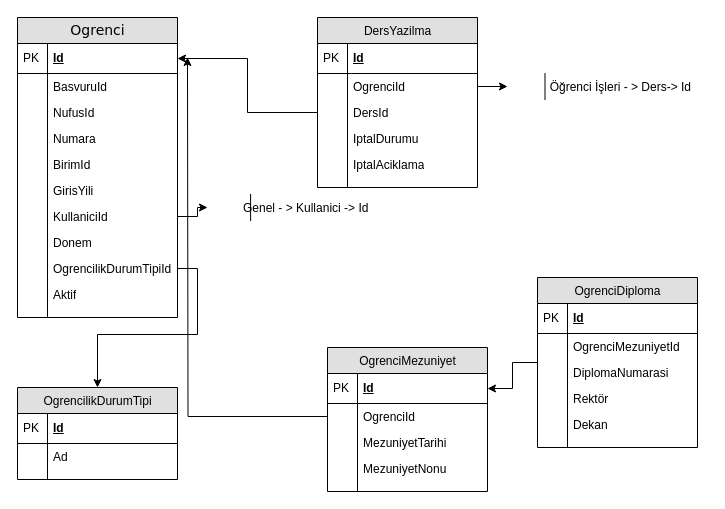
The draw.io diagram page "Öğrenci" (4 of 9) of Kur 2/Veritabanı Diagrams.drawio in etuncay/kugim-gen-yazilimcilar-egitim-programi, before the edit. Source tidied: cells renumbered, new cells numbered last; positions are measured from the earlier drawing's top-left corner, leaving out a move shared by most shapes. Both pictures are drawn from the tidied source at 100%, with x=0, y=0 at pixel (-173, 17).
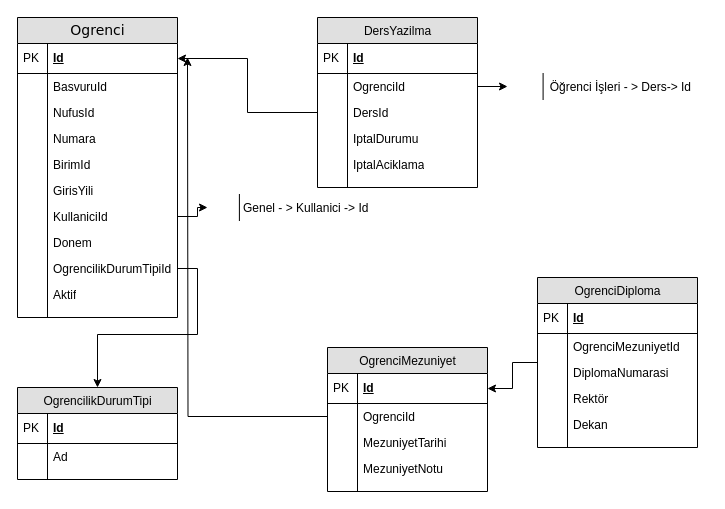
The same diagram, later.

Unchanged cells that the change refers to:
```xml
<mxCell id="52" value="&lt;span style=&quot;font-family: &amp;#34;helvetica&amp;#34; ; font-size: 12px ; text-align: left&quot;&gt;OgrenciMezuniyet&lt;/span&gt;" style="swimlane;html=1;fontStyle=0;horizontal=1;startSize=26;fillColor=#e0e0e0;swimlaneFillColor=#ffffff;align=center;rounded=0;shadow=0;comic=0;labelBackgroundColor=none;strokeWidth=1;fontFamily=Verdana;fontSize=14;" parent="1" vertex="1">
  <mxGeometry x="500" y="330" width="160" height="144" as="geometry" />
</mxCell>
```

What changed in the source:
```diff
@@
     <mxCell id="49" value="&amp;nbsp; Öğrenci İşleri - &amp;gt; Ders-&amp;gt; Id" style="shape=partialRectangle;top=0;left=0;right=0;bottom=0;html=1;align=left;verticalAlign=top;fillColor=none;spacingLeft=34;spacingRight=4;whiteSpace=wrap;overflow=hidden;points=[[0,0.5],[1,0.5]];portConstraint=eastwest;" parent="1" vertex="1">
-      <mxGeometry x="680" y="56" width="200" height="26" as="geometry" />
+      <mxGeometry x="680" y="56" width="190" height="26" as="geometry" />
     </mxCell>
     <mxCell id="50" style="shape=partialRectangle;top=0;left=0;bottom=0;html=1;fillColor=none;align=left;verticalAlign=top;spacingLeft=4;spacingRight=4;whiteSpace=wrap;overflow=hidden;" parent="49" vertex="1">
-      <mxGeometry width="37.5" height="26" as="geometry" />
+      <mxGeometry width="35.6" height="26" as="geometry" />
     </mxCell>
@@
-    <mxCell id="59" value="MezuniyetNonu" style="shape=partialRectangle;top=0;left=0;right=0;bottom=0;html=1;align=left;verticalAlign=top;fillColor=none;spacingLeft=34;spacingRight=4;whiteSpace=wrap;overflow=hidden;" parent="52" vertex="1">
+    <mxCell id="59" value="MezuniyetNotu" style="shape=partialRectangle;top=0;left=0;right=0;bottom=0;html=1;align=left;verticalAlign=top;fillColor=none;spacingLeft=34;spacingRight=4;whiteSpace=wrap;overflow=hidden;" parent="52" vertex="1">
       <mxGeometry y="108" width="160" height="26" as="geometry" />
     </mxCell>
@@
     <mxCell id="78" value="Genel - &amp;gt; Kullanici -&amp;gt; Id" style="shape=partialRectangle;top=0;left=0;right=0;bottom=0;html=1;align=left;verticalAlign=top;fillColor=none;spacingLeft=34;spacingRight=4;whiteSpace=wrap;overflow=hidden;points=[[0,0.5],[1,0.5]];portConstraint=eastwest;" parent="1" vertex="1">
-      <mxGeometry x="380" y="177" width="230" height="26" as="geometry" />
+      <mxGeometry x="380" y="177" width="170" height="26" as="geometry" />
     </mxCell>
     <mxCell id="79" style="shape=partialRectangle;top=0;left=0;bottom=0;html=1;fillColor=none;align=left;verticalAlign=top;spacingLeft=4;spacingRight=4;whiteSpace=wrap;overflow=hidden;" parent="78" vertex="1">
-      <mxGeometry width="43.1" height="26" as="geometry" />
+      <mxGeometry width="31.9" height="26" as="geometry" />
     </mxCell>
```
